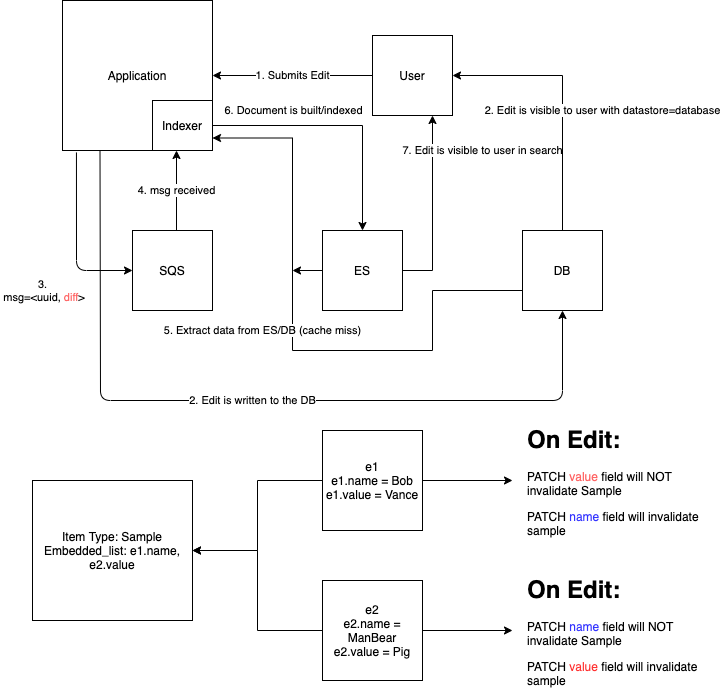
4dn-dcic/snovault keeps this draw.io diagram as docs/source/img/invalidation_scope.png. Above is the earlier version. Source tidied: cells renumbered, new cells last; positions are measured from the earlier drawing's top-left corner, leaving out a move shared by most shapes. The source it was exported from:
```xml
<mxGraphModel>
  <root>
    <mxCell id="0" />
    <mxCell id="1" parent="0" />
    <mxCell id="2" value="SQS" style="whiteSpace=wrap;html=1;" parent="1" vertex="1">
      <mxGeometry x="100" y="230" width="80" height="80" as="geometry" />
    </mxCell>
    <mxCell id="3" value="Application" style="whiteSpace=wrap;html=1;" parent="1" vertex="1">
      <mxGeometry x="30" width="150" height="150" as="geometry" />
    </mxCell>
    <mxCell id="4" value="6. Document is built/indexed" style="edgeStyle=orthogonalEdgeStyle;rounded=0;jettySize=auto;html=1;exitX=1;exitY=0.75;exitDx=0;exitDy=0;entryX=0.5;entryY=0;entryDx=0;entryDy=0;" parent="1" edge="1" source="5" target="8">
      <mxGeometry x="-0.31" y="15" relative="1" as="geometry">
        <Array as="points">
          <mxPoint x="180" y="125" />
          <mxPoint x="330" y="125" />
        </Array>
      </mxGeometry>
    </mxCell>
    <mxCell id="5" value="Indexer" style="rounded=0;whiteSpace=wrap;html=1;" parent="1" vertex="1">
      <mxGeometry x="120" y="100" width="60" height="50" as="geometry" />
    </mxCell>
    <mxCell id="6" value="7. Edit is visible to user in search" style="edgeStyle=orthogonalEdgeStyle;rounded=0;jettySize=auto;html=1;exitX=1;exitY=0.5;exitDx=0;exitDy=0;entryX=0.75;entryY=1;entryDx=0;entryDy=0;" parent="1" edge="1" source="8" target="13">
      <mxGeometry x="0.62" y="-50" relative="1" as="geometry" />
    </mxCell>
    <mxCell id="7" style="edgeStyle=orthogonalEdgeStyle;rounded=0;jettySize=auto;html=1;" parent="1" edge="1" source="8">
      <mxGeometry relative="1" as="geometry">
        <mxPoint x="260" y="270" as="targetPoint" />
      </mxGeometry>
    </mxCell>
    <mxCell id="8" value="ES" style="whiteSpace=wrap;html=1;" parent="1" vertex="1">
      <mxGeometry x="290" y="230" width="80" height="80" as="geometry" />
    </mxCell>
    <mxCell id="9" value="5. Extract data from ES/DB (cache miss)" style="edgeStyle=orthogonalEdgeStyle;rounded=0;jettySize=auto;html=1;exitX=0;exitY=0.75;exitDx=0;exitDy=0;entryX=1;entryY=0.75;entryDx=0;entryDy=0;" parent="1" edge="1" source="11" target="5">
      <mxGeometry x="0.06" y="30" relative="1" as="geometry">
        <Array as="points">
          <mxPoint x="400" y="290" />
          <mxPoint x="400" y="350" />
          <mxPoint x="260" y="350" />
          <mxPoint x="260" y="138" />
        </Array>
      </mxGeometry>
    </mxCell>
    <mxCell id="10" value="2. Edit is visible to user with datastore=database" style="edgeStyle=orthogonalEdgeStyle;rounded=0;jettySize=auto;html=1;exitX=0.5;exitY=0;exitDx=0;exitDy=0;entryX=1;entryY=0.5;entryDx=0;entryDy=0;" parent="1" edge="1" source="11" target="13">
      <mxGeometry x="-0.09" y="-40" relative="1" as="geometry" />
    </mxCell>
    <mxCell id="11" value="DB" style="whiteSpace=wrap;html=1;" parent="1" vertex="1">
      <mxGeometry x="490" y="230" width="80" height="80" as="geometry" />
    </mxCell>
    <mxCell id="12" value="1. Submits Edit" style="edgeStyle=orthogonalEdgeStyle;rounded=0;jettySize=auto;html=1;exitX=0;exitY=0.5;exitDx=0;exitDy=0;entryX=1;entryY=0.5;entryDx=0;entryDy=0;" parent="1" edge="1" source="13" target="3">
      <mxGeometry relative="1" as="geometry" />
    </mxCell>
    <mxCell id="13" value="User" style="whiteSpace=wrap;html=1;" parent="1" vertex="1">
      <mxGeometry x="340" y="35" width="80" height="80" as="geometry" />
    </mxCell>
    <mxCell id="14" value="3.&lt;br&gt;&amp;nbsp;msg=&amp;lt;uuid, &lt;font color=&quot;#ff6666&quot;&gt;diff&lt;/font&gt;&amp;gt;" style="endArrow=classic;html=1;exitX=0.093;exitY=1.013;exitDx=0;exitDy=0;exitPerimeter=0;entryX=0;entryY=0.5;entryDx=0;entryDy=0;" parent="1" edge="1" source="3" target="2">
      <mxGeometry x="0.36" y="-39" relative="1" as="geometry">
        <Array as="points">
          <mxPoint x="44" y="270" />
        </Array>
        <mxPoint x="-34" y="-19" as="offset" />
      </mxGeometry>
    </mxCell>
    <mxCell id="15" value="2. Edit is written to the DB" style="endArrow=classic;html=1;exitX=0.25;exitY=1;exitDx=0;exitDy=0;entryX=0.5;entryY=1;entryDx=0;entryDy=0;" parent="1" edge="1" source="3" target="11">
      <mxGeometry relative="1" as="geometry">
        <Array as="points">
          <mxPoint x="68" y="400" />
          <mxPoint x="530" y="400" />
        </Array>
      </mxGeometry>
    </mxCell>
    <mxCell id="16" value="4. msg received" style="endArrow=classic;html=1;exitX=0.5;exitY=0;exitDx=0;exitDy=0;" parent="1" edge="1">
      <mxGeometry relative="1" as="geometry">
        <mxPoint x="144" y="230" as="sourcePoint" />
        <mxPoint x="144" y="150" as="targetPoint" />
      </mxGeometry>
    </mxCell>
    <mxCell id="17" value="Item Type: Sample&lt;br&gt;Embedded_list: e1.name,&lt;br&gt;e2.value" style="rounded=0;whiteSpace=wrap;html=1;" parent="1" vertex="1">
      <mxGeometry y="480" width="160" height="140" as="geometry" />
    </mxCell>
    <mxCell id="18" style="edgeStyle=orthogonalEdgeStyle;rounded=0;jettySize=auto;html=1;" parent="1" edge="1" source="20" target="17">
      <mxGeometry relative="1" as="geometry" />
    </mxCell>
    <mxCell id="19" style="edgeStyle=orthogonalEdgeStyle;rounded=0;jettySize=auto;html=1;exitX=1;exitY=0.5;exitDx=0;exitDy=0;" parent="1" edge="1" source="20">
      <mxGeometry relative="1" as="geometry">
        <mxPoint x="480" y="480" as="targetPoint" />
      </mxGeometry>
    </mxCell>
    <mxCell id="20" value="e1&lt;br&gt;e1.name = Bob&lt;br&gt;e1.value = Vance" style="whiteSpace=wrap;html=1;" parent="1" vertex="1">
      <mxGeometry x="290" y="430" width="100" height="100" as="geometry" />
    </mxCell>
    <mxCell id="21" style="edgeStyle=orthogonalEdgeStyle;rounded=0;jettySize=auto;html=1;" parent="1" edge="1" source="22" target="17">
      <mxGeometry relative="1" as="geometry" />
    </mxCell>
    <mxCell id="22" value="e2&lt;br&gt;e2.name = ManBear&lt;br&gt;e2.value = Pig" style="whiteSpace=wrap;html=1;" parent="1" vertex="1">
      <mxGeometry x="290" y="580" width="100" height="100" as="geometry" />
    </mxCell>
    <mxCell id="23" style="endArrow=classic;html=1;exitX=1;exitY=0.5;exitDx=0;exitDy=0;" parent="1" edge="1" source="22">
      <mxGeometry relative="1" as="geometry">
        <mxPoint x="480" y="630" as="targetPoint" />
      </mxGeometry>
    </mxCell>
    <mxCell id="24" value="&lt;h1&gt;On Edit:&lt;/h1&gt;&lt;p&gt;&lt;span style=&quot;text-align: center&quot;&gt;PATCH &lt;font color=&quot;#3333ff&quot;&gt;name&lt;/font&gt; field will NOT invalidate Sample&lt;/span&gt;&lt;br&gt;&lt;/p&gt;&lt;p&gt;&lt;span style=&quot;text-align: center&quot;&gt;PATCH &lt;font color=&quot;#ff3333&quot;&gt;value&lt;/font&gt; field will invalidate sample&lt;/span&gt;&lt;/p&gt;" style="text;html=1;strokeColor=none;fillColor=none;spacing=5;spacingTop=-20;whiteSpace=wrap;overflow=hidden;rounded=0;" parent="1" vertex="1">
      <mxGeometry x="490" y="570" width="190" height="120" as="geometry" />
    </mxCell>
    <mxCell id="25" value="&lt;h1&gt;On Edit:&lt;/h1&gt;&lt;p&gt;&lt;span style=&quot;text-align: center&quot;&gt;PATCH &lt;font color=&quot;#ff6666&quot;&gt;value&lt;/font&gt; field will NOT invalidate Sample&lt;/span&gt;&lt;br&gt;&lt;/p&gt;&lt;p&gt;&lt;span style=&quot;text-align: center&quot;&gt;PATCH &lt;font color=&quot;#3333ff&quot;&gt;name&lt;/font&gt; field will invalidate sample&lt;/span&gt;&lt;/p&gt;" style="text;html=1;strokeColor=none;fillColor=none;spacing=5;spacingTop=-20;whiteSpace=wrap;overflow=hidden;rounded=0;" parent="1" vertex="1">
      <mxGeometry x="490" y="420" width="190" height="120" as="geometry" />
    </mxCell>
  </root>
</mxGraphModel>
```
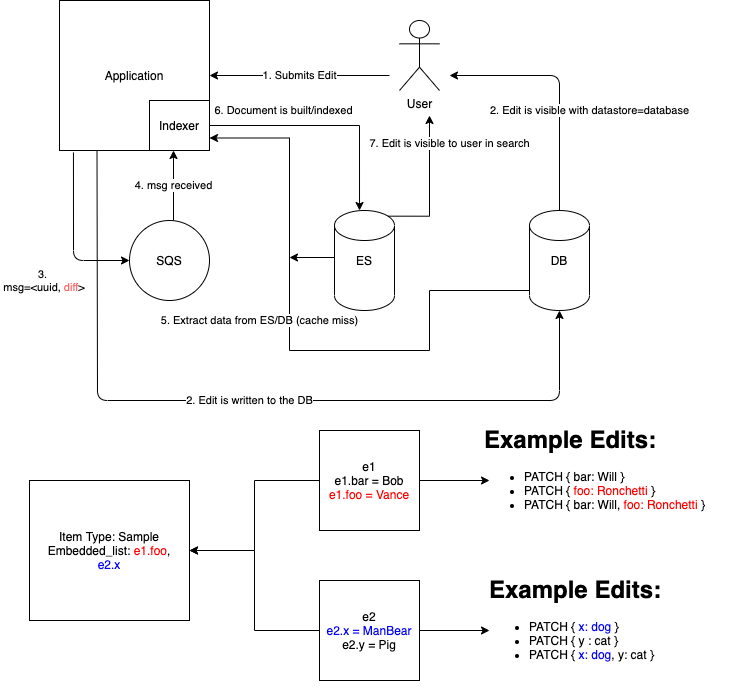
After the commit.

What changed in the source:
```diff
@@ -2,13 +2,10 @@
   <root>
     <mxCell id="0" />
     <mxCell id="1" parent="0" />
-    <mxCell id="2" value="SQS" style="whiteSpace=wrap;html=1;" parent="1" vertex="1">
-      <mxGeometry x="100" y="230" width="80" height="80" as="geometry" />
-    </mxCell>
     <mxCell id="3" value="Application" style="whiteSpace=wrap;html=1;" parent="1" vertex="1">
       <mxGeometry x="30" width="150" height="150" as="geometry" />
     </mxCell>
-    <mxCell id="4" value="6. Document is built/indexed" style="edgeStyle=orthogonalEdgeStyle;rounded=0;jettySize=auto;html=1;exitX=1;exitY=0.75;exitDx=0;exitDy=0;entryX=0.5;entryY=0;entryDx=0;entryDy=0;" parent="1" edge="1" source="5" target="8">
+    <mxCell id="4" value="6. Document is built/indexed" style="edgeStyle=orthogonalEdgeStyle;rounded=0;jettySize=auto;html=1;exitX=1;exitY=0.75;exitDx=0;exitDy=0;entryX=0.417;entryY=0;entryDx=0;entryDy=0;entryPerimeter=0;" parent="1" edge="1" source="5" target="8">
       <mxGeometry x="-0.31" y="15" relative="1" as="geometry">
         <Array as="points">
           <mxPoint x="180" y="125" />
@@ -19,19 +16,14 @@
     <mxCell id="5" value="Indexer" style="rounded=0;whiteSpace=wrap;html=1;" parent="1" vertex="1">
       <mxGeometry x="120" y="100" width="60" height="50" as="geometry" />
     </mxCell>
-    <mxCell id="6" value="7. Edit is visible to user in search" style="edgeStyle=orthogonalEdgeStyle;rounded=0;jettySize=auto;html=1;exitX=1;exitY=0.5;exitDx=0;exitDy=0;entryX=0.75;entryY=1;entryDx=0;entryDy=0;" parent="1" edge="1" source="8" target="13">
-      <mxGeometry x="0.62" y="-50" relative="1" as="geometry" />
+    <mxCell id="6" value="7. Edit is visible to user in search" style="edgeStyle=orthogonalEdgeStyle;rounded=0;orthogonalLoop=1;jettySize=auto;html=1;exitX=0.917;exitY=0.063;exitDx=0;exitDy=0;entryX=0.75;entryY=1;entryDx=0;entryDy=0;exitPerimeter=0;" parent="1" edge="1">
+      <mxGeometry x="0.62" y="-20" relative="1" as="geometry">
+        <mxPoint x="355" y="215.7" as="sourcePoint" />
+        <mxPoint x="400" y="115" as="targetPoint" />
+      </mxGeometry>
     </mxCell>
-    <mxCell id="7" style="edgeStyle=orthogonalEdgeStyle;rounded=0;jettySize=auto;html=1;" parent="1" edge="1" source="8">
-      <mxGeometry relative="1" as="geometry">
-        <mxPoint x="260" y="270" as="targetPoint" />
-      </mxGeometry>
-    </mxCell>
-    <mxCell id="8" value="ES" style="whiteSpace=wrap;html=1;" parent="1" vertex="1">
-      <mxGeometry x="290" y="230" width="80" height="80" as="geometry" />
-    </mxCell>
-    <mxCell id="9" value="5. Extract data from ES/DB (cache miss)" style="edgeStyle=orthogonalEdgeStyle;rounded=0;jettySize=auto;html=1;exitX=0;exitY=0.75;exitDx=0;exitDy=0;entryX=1;entryY=0.75;entryDx=0;entryDy=0;" parent="1" edge="1" source="11" target="5">
-      <mxGeometry x="0.06" y="30" relative="1" as="geometry">
+    <mxCell id="9" value="5. Extract data from ES/DB (cache miss)" style="edgeStyle=orthogonalEdgeStyle;rounded=0;jettySize=auto;html=1;exitX=0.017;exitY=0.75;exitDx=0;exitDy=0;entryX=1;entryY=0.75;entryDx=0;entryDy=0;exitPerimeter=0;" parent="1" edge="1" source="11" target="5">
+      <mxGeometry x="0.12" y="30" relative="1" as="geometry">
         <Array as="points">
           <mxPoint x="400" y="290" />
           <mxPoint x="400" y="350" />
@@ -40,41 +32,36 @@
         </Array>
       </mxGeometry>
     </mxCell>
-    <mxCell id="10" value="2. Edit is visible to user with datastore=database" style="edgeStyle=orthogonalEdgeStyle;rounded=0;jettySize=auto;html=1;exitX=0.5;exitY=0;exitDx=0;exitDy=0;entryX=1;entryY=0.5;entryDx=0;entryDy=0;" parent="1" edge="1" source="11" target="13">
-      <mxGeometry x="-0.09" y="-40" relative="1" as="geometry" />
-    </mxCell>
-    <mxCell id="11" value="DB" style="whiteSpace=wrap;html=1;" parent="1" vertex="1">
-      <mxGeometry x="490" y="230" width="80" height="80" as="geometry" />
-    </mxCell>
-    <mxCell id="12" value="1. Submits Edit" style="edgeStyle=orthogonalEdgeStyle;rounded=0;jettySize=auto;html=1;exitX=0;exitY=0.5;exitDx=0;exitDy=0;entryX=1;entryY=0.5;entryDx=0;entryDy=0;" parent="1" edge="1" source="13" target="3">
-      <mxGeometry relative="1" as="geometry" />
+    <mxCell id="12" value="1. Submits Edit" style="edgeStyle=orthogonalEdgeStyle;rounded=0;jettySize=auto;html=1;entryX=1;entryY=0.5;entryDx=0;entryDy=0;" parent="1" edge="1" target="3">
+      <mxGeometry relative="1" as="geometry">
+        <mxPoint x="360" y="75" as="sourcePoint" />
+      </mxGeometry>
     </mxCell>
-    <mxCell id="13" value="User" style="whiteSpace=wrap;html=1;" parent="1" vertex="1">
-      <mxGeometry x="340" y="35" width="80" height="80" as="geometry" />
-    </mxCell>
-    <mxCell id="14" value="3.&lt;br&gt;&amp;nbsp;msg=&amp;lt;uuid, &lt;font color=&quot;#ff6666&quot;&gt;diff&lt;/font&gt;&amp;gt;" style="endArrow=classic;html=1;exitX=0.093;exitY=1.013;exitDx=0;exitDy=0;exitPerimeter=0;entryX=0;entryY=0.5;entryDx=0;entryDy=0;" parent="1" edge="1" source="3" target="2">
+    <mxCell id="14" value="3.&lt;br&gt;&amp;nbsp;msg=&amp;lt;uuid, &lt;font color=&quot;#ff6666&quot;&gt;diff&lt;/font&gt;&amp;gt;" style="endArrow=classic;html=1;exitX=0.093;exitY=1.013;exitDx=0;exitDy=0;exitPerimeter=0;entryX=0;entryY=0.5;entryDx=0;entryDy=0;" parent="1" edge="1" source="3">
       <mxGeometry x="0.36" y="-39" relative="1" as="geometry">
+        <mxPoint x="100" y="260" as="targetPoint" />
         <Array as="points">
-          <mxPoint x="44" y="270" />
+          <mxPoint x="44" y="260" />
         </Array>
         <mxPoint x="-34" y="-19" as="offset" />
       </mxGeometry>
     </mxCell>
-    <mxCell id="15" value="2. Edit is written to the DB" style="endArrow=classic;html=1;exitX=0.25;exitY=1;exitDx=0;exitDy=0;entryX=0.5;entryY=1;entryDx=0;entryDy=0;" parent="1" edge="1" source="3" target="11">
+    <mxCell id="15" value="2. Edit is written to the DB" style="endArrow=classic;html=1;exitX=0.25;exitY=1;exitDx=0;exitDy=0;entryX=0.5;entryY=1;entryDx=0;entryDy=0;" parent="1" edge="1" source="3">
       <mxGeometry relative="1" as="geometry">
+        <mxPoint x="530" y="310" as="targetPoint" />
         <Array as="points">
           <mxPoint x="68" y="400" />
           <mxPoint x="530" y="400" />
         </Array>
       </mxGeometry>
     </mxCell>
-    <mxCell id="16" value="4. msg received" style="endArrow=classic;html=1;exitX=0.5;exitY=0;exitDx=0;exitDy=0;" parent="1" edge="1">
+    <mxCell id="16" value="4. msg received" style="endArrow=classic;html=1;" parent="1" edge="1">
       <mxGeometry relative="1" as="geometry">
-        <mxPoint x="144" y="230" as="sourcePoint" />
+        <mxPoint x="144" y="220" as="sourcePoint" />
         <mxPoint x="144" y="150" as="targetPoint" />
       </mxGeometry>
     </mxCell>
-    <mxCell id="17" value="Item Type: Sample&lt;br&gt;Embedded_list: e1.name,&lt;br&gt;e2.value" style="rounded=0;whiteSpace=wrap;html=1;" parent="1" vertex="1">
+    <mxCell id="17" value="Item Type: Sample&lt;br&gt;Embedded_list: &lt;font color=&quot;#ff0000&quot;&gt;e1.foo&lt;/font&gt;,&lt;br&gt;&lt;font color=&quot;#0000ff&quot;&gt;e2.x&lt;/font&gt;" style="rounded=0;whiteSpace=wrap;html=1;" parent="1" vertex="1">
       <mxGeometry y="480" width="160" height="140" as="geometry" />
     </mxCell>
     <mxCell id="18" style="edgeStyle=orthogonalEdgeStyle;rounded=0;jettySize=auto;html=1;" parent="1" edge="1" source="20" target="17">
@@ -82,28 +69,53 @@
     </mxCell>
     <mxCell id="19" style="edgeStyle=orthogonalEdgeStyle;rounded=0;jettySize=auto;html=1;exitX=1;exitY=0.5;exitDx=0;exitDy=0;" parent="1" edge="1" source="20">
       <mxGeometry relative="1" as="geometry">
-        <mxPoint x="480" y="480" as="targetPoint" />
+        <mxPoint x="460" y="480" as="targetPoint" />
       </mxGeometry>
     </mxCell>
-    <mxCell id="20" value="e1&lt;br&gt;e1.name = Bob&lt;br&gt;e1.value = Vance" style="whiteSpace=wrap;html=1;" parent="1" vertex="1">
+    <mxCell id="20" value="e1&lt;br&gt;e1.bar = Bob&lt;br&gt;&lt;font color=&quot;#ff0000&quot;&gt;e1.foo = Vance&lt;/font&gt;" style="whiteSpace=wrap;html=1;" parent="1" vertex="1">
       <mxGeometry x="290" y="430" width="100" height="100" as="geometry" />
     </mxCell>
     <mxCell id="21" style="edgeStyle=orthogonalEdgeStyle;rounded=0;jettySize=auto;html=1;" parent="1" edge="1" source="22" target="17">
       <mxGeometry relative="1" as="geometry" />
     </mxCell>
-    <mxCell id="22" value="e2&lt;br&gt;e2.name = ManBear&lt;br&gt;e2.value = Pig" style="whiteSpace=wrap;html=1;" parent="1" vertex="1">
+    <mxCell id="22" value="e2&lt;br&gt;&lt;font color=&quot;#0000ff&quot;&gt;e2.x = ManBear&lt;/font&gt;&lt;br&gt;e2.y = Pig" style="whiteSpace=wrap;html=1;" parent="1" vertex="1">
       <mxGeometry x="290" y="580" width="100" height="100" as="geometry" />
     </mxCell>
     <mxCell id="23" style="endArrow=classic;html=1;exitX=1;exitY=0.5;exitDx=0;exitDy=0;" parent="1" edge="1" source="22">
       <mxGeometry relative="1" as="geometry">
-        <mxPoint x="480" y="630" as="targetPoint" />
+        <mxPoint x="460" y="630" as="targetPoint" />
       </mxGeometry>
     </mxCell>
-    <mxCell id="24" value="&lt;h1&gt;On Edit:&lt;/h1&gt;&lt;p&gt;&lt;span style=&quot;text-align: center&quot;&gt;PATCH &lt;font color=&quot;#3333ff&quot;&gt;name&lt;/font&gt; field will NOT invalidate Sample&lt;/span&gt;&lt;br&gt;&lt;/p&gt;&lt;p&gt;&lt;span style=&quot;text-align: center&quot;&gt;PATCH &lt;font color=&quot;#ff3333&quot;&gt;value&lt;/font&gt; field will invalidate sample&lt;/span&gt;&lt;/p&gt;" style="text;html=1;strokeColor=none;fillColor=none;spacing=5;spacingTop=-20;whiteSpace=wrap;overflow=hidden;rounded=0;" parent="1" vertex="1">
-      <mxGeometry x="490" y="570" width="190" height="120" as="geometry" />
+    <mxCell id="24" value="&lt;h1&gt;Example Edits:&lt;/h1&gt;&lt;p&gt;&lt;/p&gt;&lt;ul&gt;&lt;li&gt;PATCH { &lt;font color=&quot;#0000ff&quot;&gt;x: dog&lt;/font&gt; }&lt;/li&gt;&lt;li&gt;PATCH { y : cat }&lt;/li&gt;&lt;li&gt;PATCH { &lt;font color=&quot;#0000ff&quot;&gt;x: dog&lt;/font&gt;, y: cat }&lt;/li&gt;&lt;/ul&gt;&lt;p&gt;&lt;/p&gt;&lt;p&gt;&lt;br&gt;&lt;/p&gt;" style="text;html=1;strokeColor=none;fillColor=none;spacing=5;spacingTop=-20;whiteSpace=wrap;overflow=hidden;rounded=0;" parent="1" vertex="1">
+      <mxGeometry x="455" y="570" width="240" height="120" as="geometry" />
     </mxCell>
-    <mxCell id="25" value="&lt;h1&gt;On Edit:&lt;/h1&gt;&lt;p&gt;&lt;span style=&quot;text-align: center&quot;&gt;PATCH &lt;font color=&quot;#ff6666&quot;&gt;value&lt;/font&gt; field will NOT invalidate Sample&lt;/span&gt;&lt;br&gt;&lt;/p&gt;&lt;p&gt;&lt;span style=&quot;text-align: center&quot;&gt;PATCH &lt;font color=&quot;#3333ff&quot;&gt;name&lt;/font&gt; field will invalidate sample&lt;/span&gt;&lt;/p&gt;" style="text;html=1;strokeColor=none;fillColor=none;spacing=5;spacingTop=-20;whiteSpace=wrap;overflow=hidden;rounded=0;" parent="1" vertex="1">
-      <mxGeometry x="490" y="420" width="190" height="120" as="geometry" />
+    <mxCell id="25" value="&lt;h1&gt;Example Edits:&lt;/h1&gt;&lt;p&gt;&lt;/p&gt;&lt;ul&gt;&lt;li&gt;&lt;span style=&quot;text-align: center&quot;&gt;PATCH { bar: Will }&amp;nbsp;&lt;/span&gt;&lt;/li&gt;&lt;li&gt;&lt;span style=&quot;text-align: center&quot;&gt;PATCH { &lt;font color=&quot;#ff0000&quot;&gt;foo: Ronchetti&lt;/font&gt; }&lt;/span&gt;&lt;/li&gt;&lt;li&gt;&lt;span style=&quot;text-align: center&quot;&gt;PATCH { bar: Will, &lt;font color=&quot;#ff0000&quot;&gt;foo: Ronchetti&lt;/font&gt; }&lt;/span&gt;&lt;/li&gt;&lt;/ul&gt;&lt;p&gt;&lt;/p&gt;" style="text;html=1;strokeColor=none;fillColor=none;spacing=5;spacingTop=-20;whiteSpace=wrap;overflow=hidden;rounded=0;" parent="1" vertex="1">
+      <mxGeometry x="450" y="420" width="250" height="140" as="geometry" />
     </mxCell>
+    <mxCell id="11" value="DB" style="shape=cylinder2;whiteSpace=wrap;html=1;boundedLbl=1;backgroundOutline=1;size=15;" parent="1" vertex="1">
+      <mxGeometry x="500" y="210" width="60" height="100" as="geometry" />
+    </mxCell>
+    <mxCell id="26" value="2. Edit is visible with datastore=database" style="endArrow=classic;html=1;exitX=0.5;exitY=0;exitDx=0;exitDy=0;exitPerimeter=0;entryX=1;entryY=0.5;entryDx=0;entryDy=0;" parent="1" edge="1" source="11">
+      <mxGeometry x="-0.18" y="-30" relative="1" as="geometry">
+        <mxPoint x="420" y="75" as="targetPoint" />
+        <Array as="points">
+          <mxPoint x="530" y="75" />
+        </Array>
+      </mxGeometry>
+    </mxCell>
+    <mxCell id="27" style="endArrow=classic;html=1;exitX=0.083;exitY=0.47;exitDx=0;exitDy=0;exitPerimeter=0;" parent="1" edge="1" source="8">
+      <mxGeometry relative="1" as="geometry">
+        <mxPoint x="260" y="257" as="targetPoint" />
+      </mxGeometry>
+    </mxCell>
+    <mxCell id="8" value="ES" style="shape=cylinder2;whiteSpace=wrap;html=1;boundedLbl=1;backgroundOutline=1;size=15;" parent="1" vertex="1">
+      <mxGeometry x="305" y="210" width="60" height="100" as="geometry" />
+    </mxCell>
+    <mxCell id="13" value="User" style="shape=umlActor;verticalLabelPosition=bottom;verticalAlign=top;html=1;outlineConnect=0;" parent="1" vertex="1">
+      <mxGeometry x="370" y="20" width="40" height="70" as="geometry" />
+    </mxCell>
+    <mxCell id="2" value="SQS" style="ellipse;whiteSpace=wrap;html=1;" parent="1" vertex="1">
+      <mxGeometry x="100" y="220" width="80" height="80" as="geometry" />
+    </mxCell>
   </root>
 </mxGraphModel>
```
